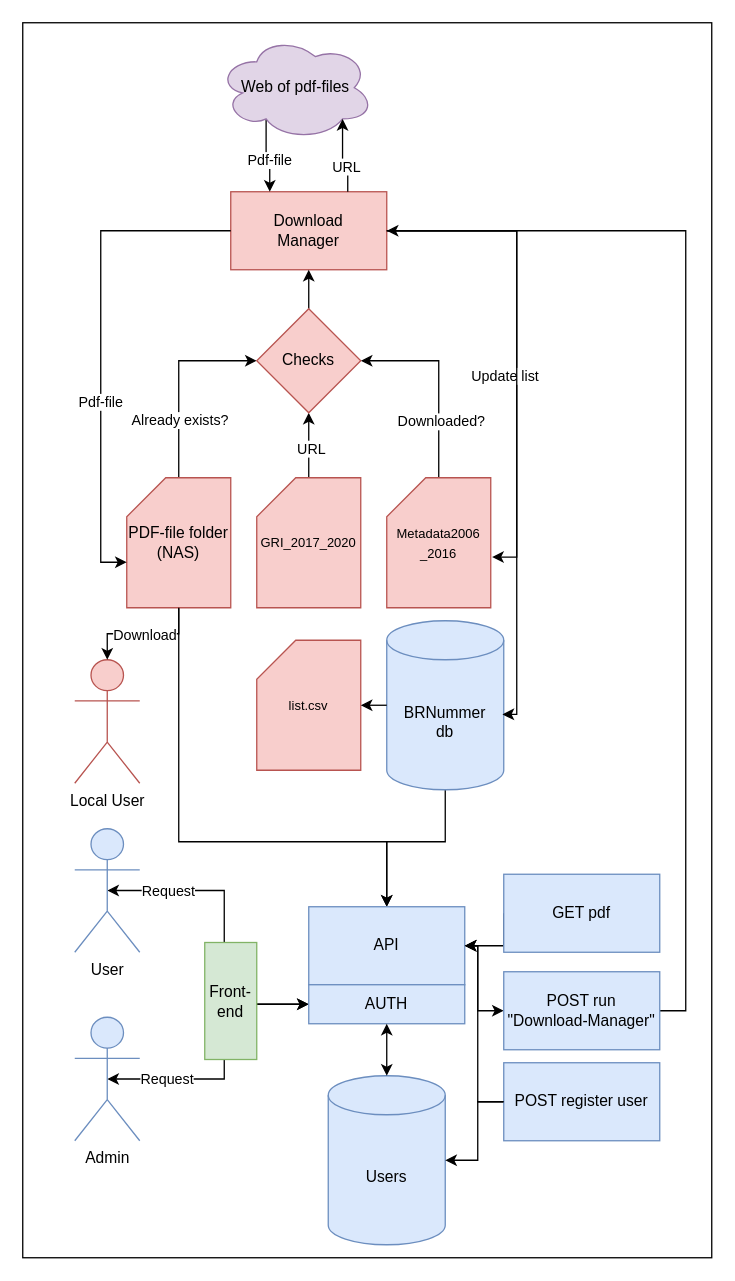
Before: documentation/initial_diagram.drawio in FrodeMog/Uge11, a draw.io diagram. Source tidied: cells renumbered, new cells numbered last; positions are measured from the earlier drawing's top-left corner, leaving out a move shared by most shapes. Both pictures are drawn from the tidied source at 130%, with x=0, y=0 at pixel (22, 22).
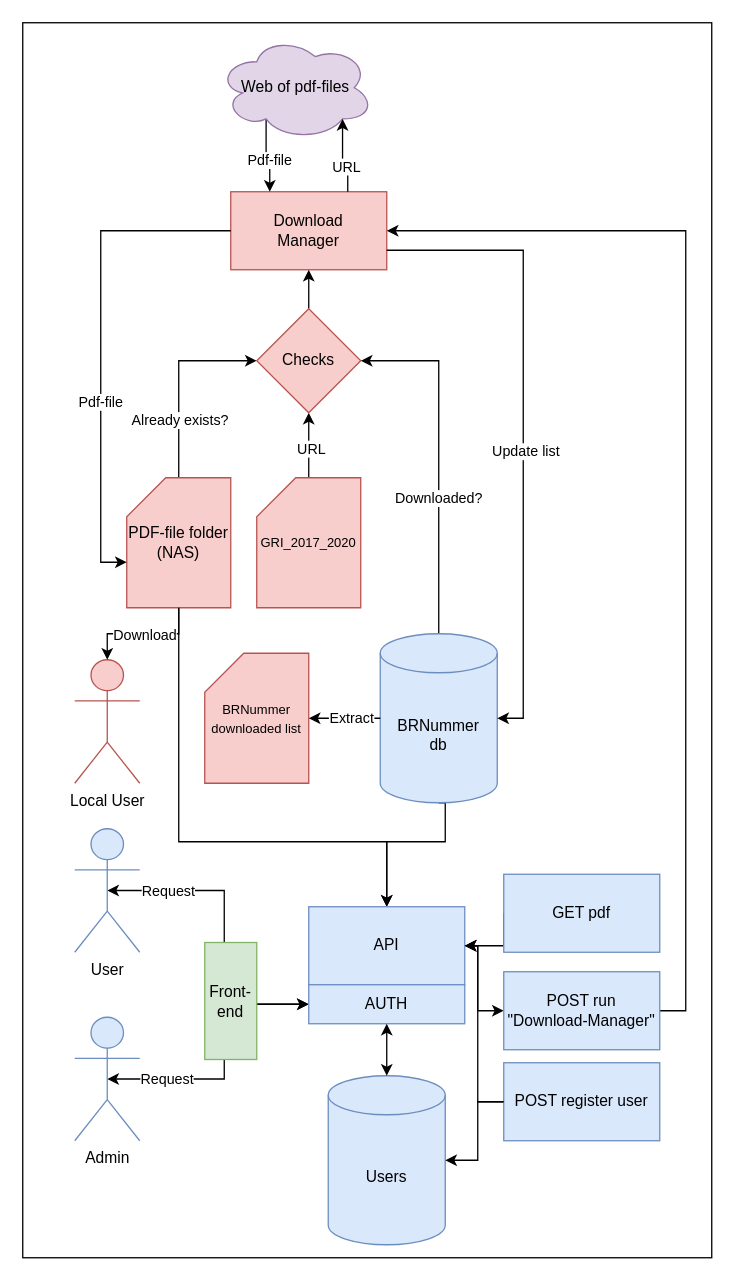
Above is the later version.

The change refers to these unchanged cells:
```xml
<mxCell id="3" value="Download&lt;br&gt;Manager" style="rounded=0;whiteSpace=wrap;html=1;fillColor=#f8cecc;strokeColor=#b85450;" parent="1" vertex="1">
  <mxGeometry x="160" y="130" width="120" height="60" as="geometry" />
</mxCell>
<mxCell id="18" value="Checks" style="rhombus;whiteSpace=wrap;html=1;fillColor=#f8cecc;strokeColor=#b85450;" parent="1" vertex="1">
  <mxGeometry x="180" y="220" width="80" height="80" as="geometry" />
</mxCell>
```

What changed in the source:
```diff
@@
-    <mxCell id="11" style="edgeStyle=orthogonalEdgeStyle;rounded=0;jettySize=auto;html=1;exitX=0.5;exitY=0;exitDx=0;exitDy=0;exitPerimeter=0;entryX=1;entryY=0.5;entryDx=0;entryDy=0;" parent="1" edge="1" source="13" target="18">
-      <mxGeometry relative="1" as="geometry" />
-    </mxCell>
-    <mxCell id="12" value="Downloaded?" style="edgeLabel;html=1;align=center;verticalAlign=middle;" parent="11" vertex="1">
-      <mxGeometry x="-0.41" y="-1" relative="1" as="geometry" />
-    </mxCell>
-    <mxCell id="13" value="&lt;span style=&quot;font-size: 10px;&quot;&gt;Metadata2006&lt;/span&gt;&lt;div&gt;&lt;span style=&quot;font-size: 10px;&quot;&gt;_2016&lt;/span&gt;&lt;/div&gt;" style="shape=card;whiteSpace=wrap;html=1;fillColor=#f8cecc;strokeColor=#b85450;" parent="1" vertex="1">
-      <mxGeometry x="280" y="350" width="80" height="100" as="geometry" />
+    <mxCell id="13" value="&lt;span style=&quot;font-size: 10px;&quot;&gt;BRNummer downloaded list&lt;/span&gt;" style="shape=card;whiteSpace=wrap;html=1;fillColor=#f8cecc;strokeColor=#b85450;" parent="1" vertex="1">
+      <mxGeometry x="140" y="485" width="80" height="100" as="geometry" />
     </mxCell>
@@
-    <mxCell id="23" style="edgeStyle=orthogonalEdgeStyle;rounded=0;jettySize=auto;html=1;exitX=1;exitY=0.5;exitDx=0;exitDy=0;entryX=1.013;entryY=0.61;entryDx=0;entryDy=0;entryPerimeter=0;" parent="1" edge="1" source="3" target="13">
-      <mxGeometry relative="1" as="geometry" />
-    </mxCell>
-    <mxCell id="24" value="Update list" style="edgeLabel;html=1;align=center;verticalAlign=middle;" parent="23" vertex="1">
-      <mxGeometry x="0.21" y="4" relative="1" as="geometry">
-        <mxPoint x="-14" y="-13" as="offset" />
-      </mxGeometry>
-    </mxCell>
@@
+    <mxCell id="52" style="edgeStyle=orthogonalEdgeStyle;rounded=0;jettySize=auto;html=1;exitX=0.5;exitY=0;exitDx=0;exitDy=0;exitPerimeter=0;entryX=1;entryY=0.5;entryDx=0;entryDy=0;" parent="1" edge="1" source="26" target="18">
+      <mxGeometry relative="1" as="geometry" />
+    </mxCell>
+    <mxCell id="12" value="Downloaded?" style="edgeLabel;html=1;align=center;verticalAlign=middle;" parent="52" vertex="1">
+      <mxGeometry x="-0.22" y="1" relative="1" as="geometry" />
+    </mxCell>
     <mxCell id="26" value="BRNummer&lt;div&gt;db&lt;/div&gt;" style="shape=cylinder3;whiteSpace=wrap;html=1;boundedLbl=1;backgroundOutline=1;size=15;fillColor=#dae8fc;strokeColor=#6c8ebf;" parent="1" vertex="1">
-      <mxGeometry x="280" y="460" width="90" height="130" as="geometry" />
+      <mxGeometry x="275" y="470" width="90" height="130" as="geometry" />
     </mxCell>
-    <mxCell id="27" style="edgeStyle=orthogonalEdgeStyle;rounded=0;jettySize=auto;html=1;exitX=1;exitY=0.5;exitDx=0;exitDy=0;entryX=0.989;entryY=0.554;entryDx=0;entryDy=0;entryPerimeter=0;" parent="1" edge="1" source="3" target="26">
-      <mxGeometry relative="1" as="geometry">
-        <Array as="points">
-          <mxPoint x="380" y="160" />
-          <mxPoint x="380" y="532" />
-        </Array>
-      </mxGeometry>
-    </mxCell>
@@
-    <mxCell id="48" value="&lt;font style=&quot;font-size: 10px;&quot;&gt;list.csv&lt;/font&gt;" style="shape=card;whiteSpace=wrap;html=1;fillColor=#f8cecc;strokeColor=#b85450;" parent="1" vertex="1">
-      <mxGeometry x="180" y="475" width="80" height="100" as="geometry" />
-    </mxCell>
-    <mxCell id="49" style="edgeStyle=orthogonalEdgeStyle;rounded=0;jettySize=auto;html=1;exitX=0;exitY=0.5;exitDx=0;exitDy=0;exitPerimeter=0;entryX=1;entryY=0.5;entryDx=0;entryDy=0;entryPerimeter=0;" parent="1" edge="1" source="26" target="48">
-      <mxGeometry relative="1" as="geometry" />
-    </mxCell>
@@
+    <mxCell id="53" style="edgeStyle=orthogonalEdgeStyle;rounded=0;jettySize=auto;html=1;exitX=0;exitY=0.5;exitDx=0;exitDy=0;exitPerimeter=0;entryX=1;entryY=0.5;entryDx=0;entryDy=0;entryPerimeter=0;" parent="1" edge="1" source="26" target="13">
+      <mxGeometry relative="1" as="geometry" />
+    </mxCell>
+    <mxCell id="54" value="Extract" style="edgeLabel;html=1;align=center;verticalAlign=middle;" parent="53" vertex="1">
+      <mxGeometry x="-0.16" y="-1" relative="1" as="geometry" />
+    </mxCell>
+    <mxCell id="27" style="edgeStyle=orthogonalEdgeStyle;rounded=0;jettySize=auto;html=1;exitX=1;exitY=0.75;exitDx=0;exitDy=0;entryX=1;entryY=0.5;entryDx=0;entryDy=0;entryPerimeter=0;" parent="1" edge="1" source="3" target="26">
+      <mxGeometry relative="1" as="geometry" />
+    </mxCell>
+    <mxCell id="24" value="Update list" style="edgeLabel;html=1;align=center;verticalAlign=middle;" parent="27" vertex="1">
+      <mxGeometry x="0.16" y="1" relative="1" as="geometry">
+        <mxPoint y="-22" as="offset" />
+      </mxGeometry>
+    </mxCell>
```
